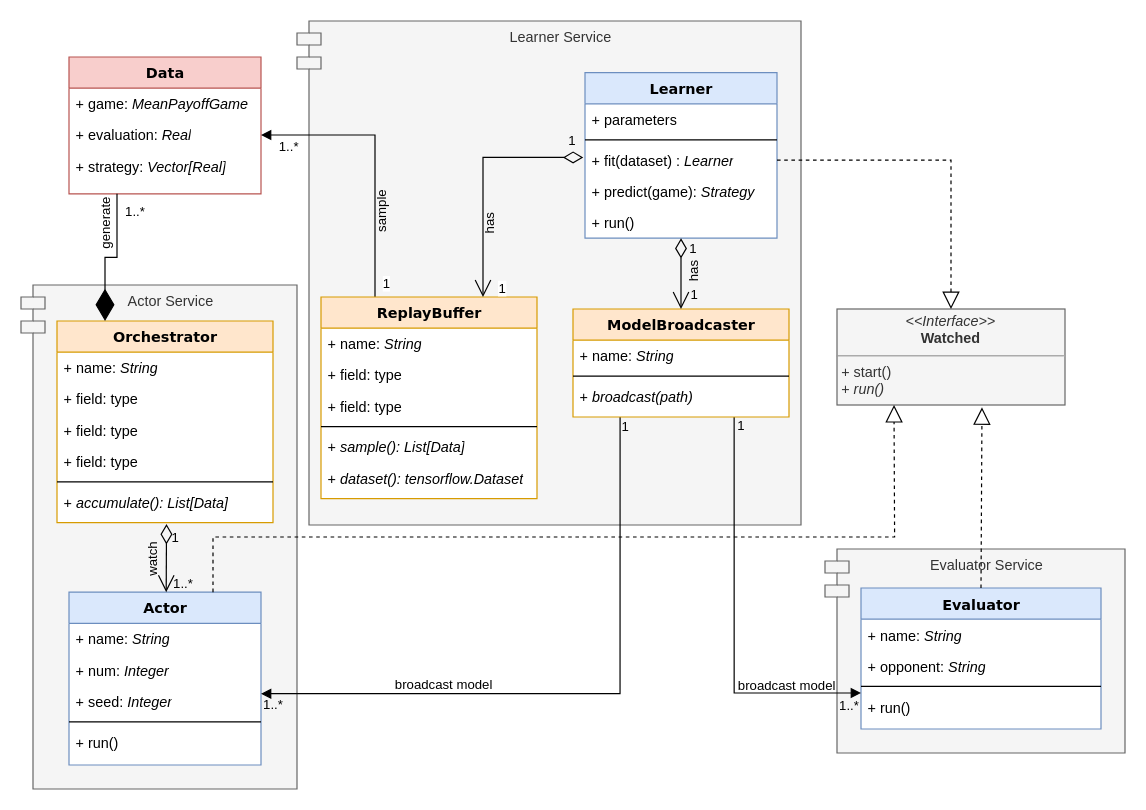
Earlier version of the draw.io diagram report/Figures/ServiceRelations.drawio (ramizouari/StochasticGames). Source tidied: cells renumbered, new cells numbered last; positions are measured from the earlier drawing's top-left corner, leaving out a move shared by most shapes. Both pictures are drawn from the tidied source at 120%, with x=0, y=0 at pixel (20, 20).
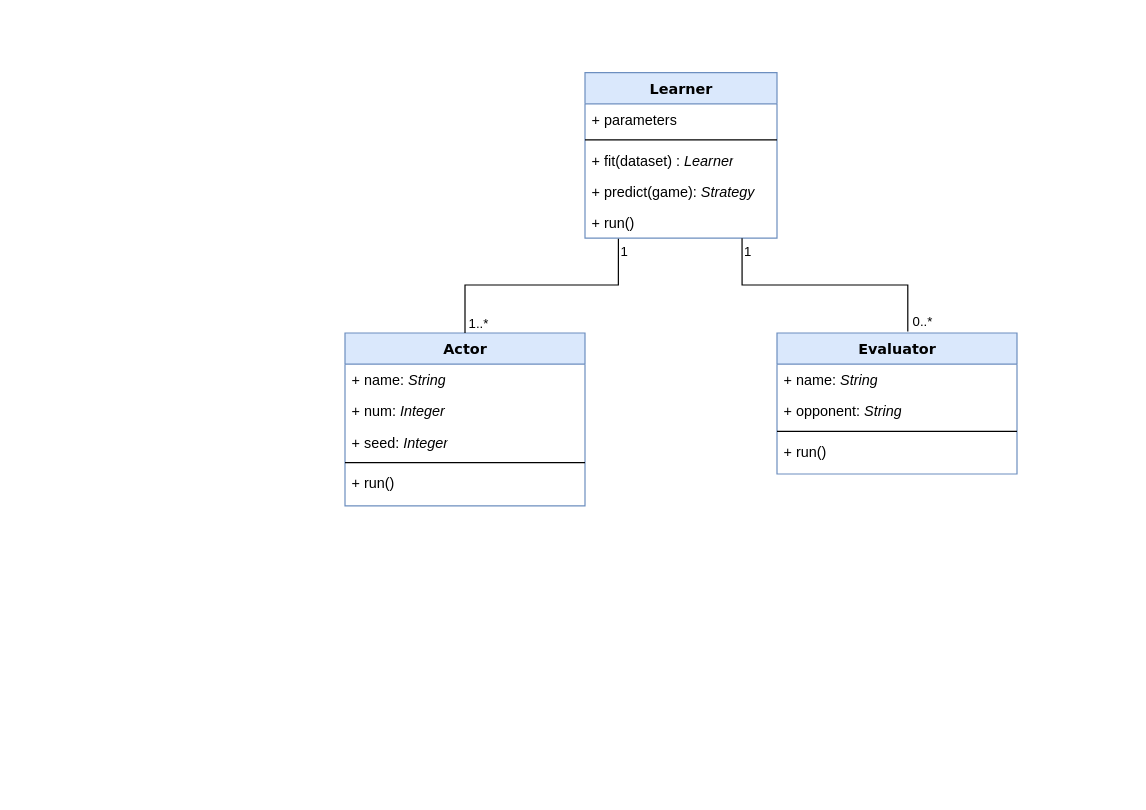
The same diagram, later.

The change refers to these unchanged cells:
```xml
<mxCell id="9" value="Learner" style="swimlane;html=1;fontStyle=1;align=center;verticalAlign=top;horizontal=1;startSize=26;swimlaneFillColor=#ffffff;rounded=0;shadow=0;comic=0;labelBackgroundColor=none;strokeWidth=1;fillColor=#dae8fc;fontFamily=Verdana;fontSize=12;strokeColor=#6c8ebf;" parent="1" vertex="1">
  <mxGeometry x="470" y="43" width="160" height="138" as="geometry" />
</mxCell>
<mxCell id="12" value="+ fit(dataset) : &lt;i&gt;Learner&lt;/i&gt;" style="text;html=1;strokeColor=none;fillColor=none;align=left;verticalAlign=top;spacingLeft=4;spacingRight=4;whiteSpace=wrap;overflow=hidden;points=[[0,0.5],[1,0.5]];portConstraint=eastwest;" parent="9" vertex="1">
  <mxGeometry y="60" width="160" height="26" as="geometry" />
</mxCell>
<mxCell id="14" value="+ run()" style="text;html=1;strokeColor=none;fillColor=none;align=left;verticalAlign=top;spacingLeft=4;spacingRight=4;whiteSpace=wrap;overflow=hidden;points=[[0,0.5],[1,0.5]];portConstraint=eastwest;" parent="9" vertex="1">
  <mxGeometry y="112" width="160" height="26" as="geometry" />
</mxCell>
```

What changed in the source:
```diff
@@
-    <mxCell id="2" value="Evaluator Service" style="shape=module;align=right;spacingLeft=20;align=center;verticalAlign=top;whiteSpace=wrap;html=1;fillColor=#f5f5f5;strokeColor=#666666;fontColor=#333333;" parent="1" vertex="1">
-      <mxGeometry x="670" y="440" width="250" height="170" as="geometry" />
-    </mxCell>
-    <mxCell id="3" value="Learner Service" style="shape=module;align=left;spacingLeft=20;align=center;verticalAlign=top;whiteSpace=wrap;html=1;fillColor=#f5f5f5;strokeColor=#666666;fontColor=#333333;" parent="1" vertex="1">
-      <mxGeometry x="230" width="420" height="420" as="geometry" />
-    </mxCell>
-    <mxCell id="4" value="Actor Service" style="shape=module;align=left;spacingLeft=20;align=center;verticalAlign=top;whiteSpace=wrap;html=1;fillColor=#f5f5f5;strokeColor=#666666;fontColor=#333333;" parent="1" vertex="1">
-      <mxGeometry y="220" width="230" height="420" as="geometry" />
-    </mxCell>
-    <mxCell id="5" value="Data" style="swimlane;html=1;fontStyle=1;align=center;verticalAlign=top;horizontal=1;startSize=26;swimlaneFillColor=#ffffff;rounded=0;shadow=0;comic=0;labelBackgroundColor=none;strokeWidth=1;fillColor=#f8cecc;fontFamily=Verdana;fontSize=12;strokeColor=#b85450;" parent="1" vertex="1">
-      <mxGeometry x="40" y="30" width="160" height="114" as="geometry" />
-    </mxCell>
-    <mxCell id="6" value="+ game: &lt;i&gt;MeanPayoffGame&lt;/i&gt;" style="text;html=1;strokeColor=none;fillColor=none;align=left;verticalAlign=top;spacingLeft=4;spacingRight=4;whiteSpace=wrap;overflow=hidden;" parent="5" vertex="1">
-      <mxGeometry y="26" width="160" height="26" as="geometry" />
-    </mxCell>
-    <mxCell id="7" value="+ evaluation: &lt;i&gt;Real&lt;/i&gt;" style="text;html=1;strokeColor=none;fillColor=none;align=left;verticalAlign=top;spacingLeft=4;spacingRight=4;whiteSpace=wrap;overflow=hidden;points=[[0,0.5],[1,0.5]];portConstraint=eastwest;" parent="5" vertex="1">
-      <mxGeometry y="52" width="160" height="26" as="geometry" />
-    </mxCell>
-    <mxCell id="8" value="+ strategy: &lt;i&gt;Vector[Real]&lt;/i&gt;" style="text;html=1;strokeColor=none;fillColor=none;align=left;verticalAlign=top;spacingLeft=4;spacingRight=4;whiteSpace=wrap;overflow=hidden;" parent="5" vertex="1">
-      <mxGeometry y="78" width="160" height="26" as="geometry" />
-    </mxCell>
@@
     <mxCell id="15" value="Actor" style="swimlane;html=1;fontStyle=1;align=center;verticalAlign=top;horizontal=1;startSize=26;swimlaneFillColor=#ffffff;rounded=0;shadow=0;comic=0;labelBackgroundColor=none;strokeWidth=1;fillColor=#dae8fc;fontFamily=Verdana;fontSize=12;strokeColor=#6c8ebf;" parent="1" vertex="1">
-      <mxGeometry x="40" y="476" width="160" height="144" as="geometry" />
+      <mxGeometry x="270" y="260" width="200" height="144" as="geometry" />
     </mxCell>
     <mxCell id="16" value="+ name: &lt;i&gt;String&lt;/i&gt;" style="text;html=1;strokeColor=none;fillColor=none;align=left;verticalAlign=top;spacingLeft=4;spacingRight=4;whiteSpace=wrap;overflow=hidden;" parent="15" vertex="1">
-      <mxGeometry y="26" width="160" height="26" as="geometry" />
+      <mxGeometry y="26" width="200" height="26" as="geometry" />
     </mxCell>
     <mxCell id="17" value="+ num: &lt;i&gt;Integer&lt;/i&gt;" style="text;html=1;strokeColor=none;fillColor=none;align=left;verticalAlign=top;spacingLeft=4;spacingRight=4;whiteSpace=wrap;overflow=hidden;" parent="15" vertex="1">
-      <mxGeometry y="52" width="160" height="26" as="geometry" />
+      <mxGeometry y="52" width="200" height="26" as="geometry" />
     </mxCell>
     <mxCell id="18" value="+ seed:&amp;nbsp;&lt;i style=&quot;border-color: var(--border-color);&quot;&gt;Integer&lt;/i&gt;" style="text;html=1;strokeColor=none;fillColor=none;align=left;verticalAlign=top;spacingLeft=4;spacingRight=4;whiteSpace=wrap;overflow=hidden;" parent="15" vertex="1">
-      <mxGeometry y="78" width="160" height="26" as="geometry" />
+      <mxGeometry y="78" width="200" height="26" as="geometry" />
     </mxCell>
     <mxCell id="19" style="line;html=1;strokeWidth=1;fillColor=none;align=left;verticalAlign=middle;spacingTop=-1;spacingLeft=3;spacingRight=3;labelPosition=right;" parent="15" vertex="1">
-      <mxGeometry y="104" width="160" height="8" as="geometry" />
+      <mxGeometry y="104" width="200" height="8" as="geometry" />
     </mxCell>
     <mxCell id="20" value="+ run()" style="text;html=1;strokeColor=none;fillColor=none;align=left;verticalAlign=top;spacingLeft=4;spacingRight=4;whiteSpace=wrap;overflow=hidden;" parent="15" vertex="1">
-      <mxGeometry y="112" width="160" height="26" as="geometry" />
+      <mxGeometry y="112" width="200" height="26" as="geometry" />
     </mxCell>
     <mxCell id="21" value="Evaluator" style="swimlane;html=1;fontStyle=1;align=center;verticalAlign=top;horizontal=1;startSize=26;swimlaneFillColor=#ffffff;rounded=0;shadow=0;comic=0;labelBackgroundColor=none;strokeWidth=1;fillColor=#dae8fc;fontFamily=Verdana;fontSize=12;strokeColor=#6c8ebf;" parent="1" vertex="1">
-      <mxGeometry x="700" y="472.5" width="200" height="117.5" as="geometry" />
+      <mxGeometry x="630" y="260" width="200" height="117.5" as="geometry" />
     </mxCell>
@@
-    <mxCell id="26" value="broadcast model" style="endArrow=block;endFill=1;html=1;edgeStyle=orthogonalEdgeStyle;align=left;verticalAlign=top;rounded=0;entryX=1.003;entryY=0.869;entryDx=0;entryDy=0;entryPerimeter=0;exitX=0.218;exitY=1.005;exitDx=0;exitDy=0;exitPerimeter=0;" parent="1" edge="1" source="52">
-      <mxGeometry x="0.59" y="-21" relative="1" as="geometry">
-        <mxPoint x="200" y="560.6" as="targetPoint" />
-        <Array as="points">
-          <mxPoint x="499" y="561" />
-        </Array>
-      </mxGeometry>
-    </mxCell>
+    <mxCell id="72" style="endArrow=none;html=1;edgeStyle=orthogonalEdgeStyle;rounded=0;entryX=0.5;entryY=0;entryDx=0;entryDy=0;exitX=0.174;exitY=1.02;exitDx=0;exitDy=0;exitPerimeter=0;" parent="1" edge="1" source="14" target="15">
+      <mxGeometry relative="1" as="geometry">
+        <Array as="points">
+          <mxPoint x="498" y="220" />
+          <mxPoint x="370" y="220" />
+        </Array>
+      </mxGeometry>
+    </mxCell>
-    <mxCell id="27" value="1" style="edgeLabel;html=1;align=left;verticalAlign=bottom;labelBackgroundColor=none;" parent="26" vertex="1">
+    <mxCell id="27" value="1" style="edgeLabel;html=1;align=left;verticalAlign=bottom;labelBackgroundColor=none;" parent="72" vertex="1">
       <mxGeometry x="-1" relative="1" as="geometry">
-        <mxPoint y="20" as="offset" />
+        <mxPoint y="18" as="offset" />
       </mxGeometry>
     </mxCell>
-    <mxCell id="28" value="1..*" style="edgeLabel;html=1;align=center;verticalAlign=middle;labelBackgroundColor=none;" parent="26" vertex="1">
-      <mxGeometry x="0.91" y="1" relative="1" as="geometry">
-        <mxPoint x="-14" y="8" as="offset" />
-      </mxGeometry>
-    </mxCell>
-    <mxCell id="29" value="1" style="endArrow=block;endFill=1;html=1;edgeStyle=orthogonalEdgeStyle;align=left;verticalAlign=top;rounded=0;exitX=0.25;exitY=0;exitDx=0;exitDy=0;entryX=1;entryY=0.5;entryDx=0;entryDy=0;" parent="1" edge="1" source="61" target="7">
-      <mxGeometry x="-0.79" y="-5" relative="1" as="geometry" />
-    </mxCell>
-    <mxCell id="30" value="sample" style="edgeLabel;html=1;align=center;verticalAlign=middle;rotation=-90;labelBackgroundColor=none;" parent="29" vertex="1">
-      <mxGeometry x="-0.23" y="1" relative="1" as="geometry">
-        <mxPoint x="6" y="19" as="offset" />
-      </mxGeometry>
-    </mxCell>
-    <mxCell id="31" value="1..*" style="edgeLabel;html=1;align=center;verticalAlign=middle;labelBackgroundColor=none;" parent="29" vertex="1">
-      <mxGeometry x="0.81" y="1" relative="1" as="geometry">
-        <mxPoint y="8" as="offset" />
-      </mxGeometry>
-    </mxCell>
-    <mxCell id="32" style="endArrow=block;endFill=1;html=1;edgeStyle=orthogonalEdgeStyle;align=left;verticalAlign=top;rounded=0;exitX=0.746;exitY=0.989;exitDx=0;exitDy=0;exitPerimeter=0;" parent="1" edge="1" source="52">
-      <mxGeometry relative="1" as="geometry">
-        <mxPoint x="700" y="560" as="targetPoint" />
-        <Array as="points">
-          <mxPoint x="594" y="560" />
-          <mxPoint x="700" y="560" />
-        </Array>
-      </mxGeometry>
-    </mxCell>
-    <mxCell id="33" value="broadcast model" style="edgeLabel;html=1;align=center;verticalAlign=middle;labelBackgroundColor=none;" parent="32" vertex="1">
-      <mxGeometry x="0.47" y="3" relative="1" as="geometry">
-        <mxPoint x="27" y="-4" as="offset" />
-      </mxGeometry>
-    </mxCell>
-    <mxCell id="34" value="1..*" style="edgeLabel;html=1;align=center;verticalAlign=middle;labelBackgroundColor=none;" parent="32" vertex="1">
-      <mxGeometry x="0.87" y="-1" relative="1" as="geometry">
-        <mxPoint x="11" y="9" as="offset" />
-      </mxGeometry>
-    </mxCell>
-    <mxCell id="35" value="1" style="edgeLabel;html=1;align=center;verticalAlign=middle;labelBackgroundColor=none;" parent="32" vertex="1">
-      <mxGeometry x="-0.81" y="1" relative="1" as="geometry">
-        <mxPoint x="4" y="-21" as="offset" />
-      </mxGeometry>
-    </mxCell>
-    <mxCell id="36" value="Orchestrator" style="swimlane;html=1;fontStyle=1;align=center;verticalAlign=top;horizontal=1;startSize=26;swimlaneFillColor=#ffffff;rounded=0;shadow=0;comic=0;labelBackgroundColor=none;strokeWidth=1;fillColor=#ffe6cc;fontFamily=Verdana;fontSize=12;strokeColor=#d79b00;" parent="1" vertex="1">
-      <mxGeometry x="30" y="250" width="180" height="168" as="geometry" />
-    </mxCell>
-    <mxCell id="37" value="+ name: &lt;i&gt;String&lt;/i&gt;" style="text;html=1;strokeColor=none;fillColor=none;align=left;verticalAlign=top;spacingLeft=4;spacingRight=4;whiteSpace=wrap;overflow=hidden;" parent="36" vertex="1">
-      <mxGeometry y="26" width="180" height="26" as="geometry" />
-    </mxCell>
-    <mxCell id="38" value="+ field: type" style="text;html=1;strokeColor=none;fillColor=none;align=left;verticalAlign=top;spacingLeft=4;spacingRight=4;whiteSpace=wrap;overflow=hidden;" parent="36" vertex="1">
-      <mxGeometry y="52" width="180" height="26" as="geometry" />
-    </mxCell>
-    <mxCell id="39" value="+ field: type" style="text;html=1;strokeColor=none;fillColor=none;align=left;verticalAlign=top;spacingLeft=4;spacingRight=4;whiteSpace=wrap;overflow=hidden;" parent="36" vertex="1">
-      <mxGeometry y="78" width="180" height="26" as="geometry" />
-    </mxCell>
-    <mxCell id="40" value="+ field: type" style="text;html=1;strokeColor=none;fillColor=none;align=left;verticalAlign=top;spacingLeft=4;spacingRight=4;whiteSpace=wrap;overflow=hidden;" parent="36" vertex="1">
-      <mxGeometry y="104" width="180" height="26" as="geometry" />
-    </mxCell>
-    <mxCell id="41" style="line;html=1;strokeWidth=1;fillColor=none;align=left;verticalAlign=middle;spacingTop=-1;spacingLeft=3;spacingRight=3;labelPosition=right;" parent="36" vertex="1">
-      <mxGeometry y="130" width="180" height="8" as="geometry" />
-    </mxCell>
-    <mxCell id="42" value="+ &lt;i&gt;accumulate(): List[Data]&lt;/i&gt;" style="text;html=1;strokeColor=none;fillColor=none;align=left;verticalAlign=top;spacingLeft=4;spacingRight=4;whiteSpace=wrap;overflow=hidden;points=[[0,0.5],[1,0.5]];portConstraint=eastwest;" parent="36" vertex="1">
-      <mxGeometry y="138" width="180" height="26" as="geometry" />
-    </mxCell>
-    <mxCell id="43" value="1" style="endArrow=open;html=1;endSize=12;startArrow=diamondThin;startSize=14;startFill=0;edgeStyle=elbowEdgeStyle;align=left;verticalAlign=bottom;rounded=0;exitX=0.507;exitY=1.202;exitDx=0;exitDy=0;exitPerimeter=0;entryX=0.5;entryY=0;entryDx=0;entryDy=0;labelBackgroundColor=none;" parent="1" edge="1" source="42" target="15">
-      <mxGeometry x="-0.26" y="3" relative="1" as="geometry" />
-    </mxCell>
-    <mxCell id="44" value="watch" style="edgeLabel;html=1;align=center;verticalAlign=middle;rotation=-90;labelBackgroundColor=none;" parent="43" vertex="1">
-      <mxGeometry x="-0.07" relative="1" as="geometry">
-        <mxPoint x="-11" y="4" as="offset" />
-      </mxGeometry>
-    </mxCell>
-    <mxCell id="45" value="1..*" style="edgeLabel;html=1;align=center;verticalAlign=middle;labelBackgroundColor=none;" parent="43" vertex="1">
-      <mxGeometry x="0.64" relative="1" as="geometry">
-        <mxPoint x="13" y="2" as="offset" />
-      </mxGeometry>
-    </mxCell>
-    <mxCell id="46" style="endArrow=diamondThin;endFill=1;endSize=24;html=1;rounded=0;entryX=0.5;entryY=0;entryDx=0;entryDy=0;exitX=0.25;exitY=1;exitDx=0;exitDy=0;edgeStyle=elbowEdgeStyle;elbow=vertical;" parent="1" edge="1" source="5">
-      <mxGeometry relative="1" as="geometry">
-        <mxPoint x="70" y="250" as="targetPoint" />
-      </mxGeometry>
-    </mxCell>
-    <mxCell id="47" value="1..*" style="edgeLabel;html=1;align=center;verticalAlign=middle;labelBackgroundColor=none;" parent="46" vertex="1">
-      <mxGeometry x="-0.76" y="-1" relative="1" as="geometry">
-        <mxPoint x="15" as="offset" />
-      </mxGeometry>
-    </mxCell>
-    <mxCell id="48" value="generate" style="edgeLabel;align=center;verticalAlign=middle;html=1;rotation=-90;labelBackgroundColor=none;" parent="46" vertex="1">
-      <mxGeometry x="-0.29" y="1" relative="1" as="geometry">
-        <mxPoint x="-11" y="-15" as="offset" />
-      </mxGeometry>
-    </mxCell>
-    <mxCell id="49" value="ModelBroadcaster" style="swimlane;html=1;fontStyle=1;align=center;verticalAlign=top;horizontal=1;startSize=26;swimlaneFillColor=#ffffff;rounded=0;shadow=0;comic=0;labelBackgroundColor=none;strokeWidth=1;fillColor=#ffe6cc;fontFamily=Verdana;fontSize=12;strokeColor=#d79b00;" parent="1" vertex="1">
-      <mxGeometry x="460" y="240" width="180" height="90" as="geometry" />
-    </mxCell>
-    <mxCell id="50" value="+ name: &lt;i&gt;String&lt;/i&gt;" style="text;html=1;strokeColor=none;fillColor=none;align=left;verticalAlign=top;spacingLeft=4;spacingRight=4;whiteSpace=wrap;overflow=hidden;" parent="49" vertex="1">
-      <mxGeometry y="26" width="180" height="26" as="geometry" />
-    </mxCell>
-    <mxCell id="51" style="line;html=1;strokeWidth=1;fillColor=none;align=left;verticalAlign=middle;spacingTop=-1;spacingLeft=3;spacingRight=3;labelPosition=right;" parent="49" vertex="1">
-      <mxGeometry y="52" width="180" height="8" as="geometry" />
-    </mxCell>
-    <mxCell id="52" value="+ &lt;i&gt;broadcast(path)&lt;/i&gt;" style="text;html=1;strokeColor=none;fillColor=none;align=left;verticalAlign=top;spacingLeft=4;spacingRight=4;whiteSpace=wrap;overflow=hidden;points=[[0,0.5],[1,0.5]];portConstraint=eastwest;" parent="49" vertex="1">
-      <mxGeometry y="60" width="180" height="26" as="geometry" />
-    </mxCell>
-    <mxCell id="53" value="&lt;br&gt;" style="endArrow=open;html=1;endSize=12;startArrow=diamondThin;startSize=14;startFill=0;edgeStyle=orthogonalEdgeStyle;align=left;verticalAlign=bottom;rounded=0;exitX=0.5;exitY=1;exitDx=0;exitDy=0;entryX=0.5;entryY=0;entryDx=0;entryDy=0;" parent="1" edge="1" source="9" target="49">
-      <mxGeometry x="-0.36" y="10" relative="1" as="geometry" />
-    </mxCell>
-    <mxCell id="54" value="has" style="edgeLabel;html=1;align=center;verticalAlign=middle;labelBackgroundColor=none;rotation=-90;" parent="53" vertex="1">
-      <mxGeometry x="-0.02" y="-2" relative="1" as="geometry">
-        <mxPoint x="12" as="offset" />
-      </mxGeometry>
-    </mxCell>
-    <mxCell id="55" value="1" style="edgeLabel;html=1;align=center;verticalAlign=middle;labelBackgroundColor=none;" parent="53" vertex="1">
-      <mxGeometry x="-0.6" y="2" relative="1" as="geometry">
-        <mxPoint x="7" y="-4" as="offset" />
-      </mxGeometry>
-    </mxCell>
-    <mxCell id="56" value="1" style="edgeLabel;html=1;align=center;verticalAlign=middle;labelBackgroundColor=none;" parent="53" vertex="1">
-      <mxGeometry x="0.57" y="4" relative="1" as="geometry">
-        <mxPoint x="6" as="offset" />
-      </mxGeometry>
-    </mxCell>
-    <mxCell id="57" value="&lt;p style=&quot;margin:0px;margin-top:4px;text-align:center;&quot;&gt;&lt;i&gt;&amp;lt;&amp;lt;Interface&amp;gt;&amp;gt;&lt;/i&gt;&lt;br&gt;&lt;b&gt;Watched&lt;/b&gt;&lt;/p&gt;&lt;hr size=&quot;1&quot;&gt;&lt;p style=&quot;margin:0px;margin-left:4px;&quot;&gt;&lt;span style=&quot;background-color: initial;&quot;&gt;+ start()&lt;/span&gt;&lt;br&gt;&lt;/p&gt;&lt;p style=&quot;margin:0px;margin-left:4px;&quot;&gt;+ &lt;i&gt;run()&lt;/i&gt;&lt;/p&gt;" style="verticalAlign=top;align=left;overflow=fill;fontSize=12;fontFamily=Helvetica;html=1;whiteSpace=wrap;fillColor=#f5f5f5;strokeColor=#666666;fontColor=#333333;" parent="1" vertex="1">
-      <mxGeometry x="680" y="240" width="190" height="80" as="geometry" />
-    </mxCell>
-    <mxCell id="58" style="endArrow=block;dashed=1;endFill=0;endSize=12;html=1;rounded=0;exitX=0.75;exitY=0;exitDx=0;exitDy=0;entryX=0.25;entryY=1;entryDx=0;entryDy=0;" parent="1" edge="1" source="15" target="57">
-      <mxGeometry relative="1" as="geometry">
-        <Array as="points">
-          <mxPoint x="160" y="430" />
-          <mxPoint x="728" y="430" />
-        </Array>
-      </mxGeometry>
-    </mxCell>
-    <mxCell id="59" style="endArrow=block;dashed=1;endFill=0;endSize=12;html=1;rounded=0;exitX=0.5;exitY=0;exitDx=0;exitDy=0;entryX=0.636;entryY=1.024;entryDx=0;entryDy=0;entryPerimeter=0;" parent="1" edge="1" source="21" target="57">
-      <mxGeometry relative="1" as="geometry" />
-    </mxCell>
-    <mxCell id="60" style="endArrow=block;dashed=1;endFill=0;endSize=12;html=1;rounded=0;exitX=1;exitY=0.5;exitDx=0;exitDy=0;entryX=0.5;entryY=0;entryDx=0;entryDy=0;" parent="1" edge="1" source="12" target="57">
-      <mxGeometry relative="1" as="geometry">
-        <Array as="points">
-          <mxPoint x="775" y="116" />
-        </Array>
-      </mxGeometry>
-    </mxCell>
-    <mxCell id="61" value="ReplayBuffer" style="swimlane;html=1;fontStyle=1;align=center;verticalAlign=top;horizontal=1;startSize=26;swimlaneFillColor=#ffffff;rounded=0;shadow=0;comic=0;labelBackgroundColor=none;strokeWidth=1;fillColor=#ffe6cc;fontFamily=Verdana;fontSize=12;strokeColor=#d79b00;" parent="1" vertex="1">
-      <mxGeometry x="250" y="230" width="180" height="168" as="geometry" />
-    </mxCell>
-    <mxCell id="62" value="+ name: &lt;i&gt;String&lt;/i&gt;" style="text;html=1;strokeColor=none;fillColor=none;align=left;verticalAlign=top;spacingLeft=4;spacingRight=4;whiteSpace=wrap;overflow=hidden;" parent="61" vertex="1">
-      <mxGeometry y="26" width="180" height="26" as="geometry" />
-    </mxCell>
-    <mxCell id="63" value="+ field: type" style="text;html=1;strokeColor=none;fillColor=none;align=left;verticalAlign=top;spacingLeft=4;spacingRight=4;whiteSpace=wrap;overflow=hidden;" parent="61" vertex="1">
-      <mxGeometry y="52" width="180" height="26" as="geometry" />
-    </mxCell>
-    <mxCell id="64" value="+ field: type" style="text;html=1;strokeColor=none;fillColor=none;align=left;verticalAlign=top;spacingLeft=4;spacingRight=4;whiteSpace=wrap;overflow=hidden;" parent="61" vertex="1">
-      <mxGeometry y="78" width="180" height="26" as="geometry" />
-    </mxCell>
-    <mxCell id="65" style="line;html=1;strokeWidth=1;fillColor=none;align=left;verticalAlign=middle;spacingTop=-1;spacingLeft=3;spacingRight=3;labelPosition=right;" parent="61" vertex="1">
-      <mxGeometry y="104" width="180" height="8" as="geometry" />
-    </mxCell>
-    <mxCell id="66" value="+ &lt;i&gt;sample(): List[Data]&lt;/i&gt;" style="text;html=1;strokeColor=none;fillColor=none;align=left;verticalAlign=top;spacingLeft=4;spacingRight=4;whiteSpace=wrap;overflow=hidden;" parent="61" vertex="1">
-      <mxGeometry y="112" width="180" height="26" as="geometry" />
-    </mxCell>
-    <mxCell id="67" value="+ &lt;i&gt;dataset(): tensorflow.Dataset&lt;/i&gt;" style="text;html=1;strokeColor=none;fillColor=none;align=left;verticalAlign=top;spacingLeft=4;spacingRight=4;whiteSpace=wrap;overflow=hidden;" parent="61" vertex="1">
-      <mxGeometry y="138" width="180" height="26" as="geometry" />
-    </mxCell>
-    <mxCell id="68" style="endArrow=open;html=1;endSize=12;startArrow=diamondThin;startSize=14;startFill=0;edgeStyle=orthogonalEdgeStyle;align=left;verticalAlign=bottom;rounded=0;entryX=0.75;entryY=0;entryDx=0;entryDy=0;exitX=-0.009;exitY=0.41;exitDx=0;exitDy=0;exitPerimeter=0;" parent="1" edge="1" source="12" target="61">
-      <mxGeometry x="-0.93" y="-3" relative="1" as="geometry" />
-    </mxCell>
-    <mxCell id="69" value="has" style="edgeLabel;html=1;align=center;verticalAlign=middle;labelBackgroundColor=none;rotation=-90;" parent="68" vertex="1">
-      <mxGeometry x="0.1" y="1" relative="1" as="geometry">
-        <mxPoint x="4" y="30" as="offset" />
-      </mxGeometry>
-    </mxCell>
-    <mxCell id="70" value="1" style="edgeLabel;html=1;align=center;verticalAlign=middle;" parent="68" vertex="1">
-      <mxGeometry x="0.83" y="-2" relative="1" as="geometry">
-        <mxPoint x="17" y="9" as="offset" />
-      </mxGeometry>
-    </mxCell>
-    <mxCell id="71" value="1" style="edgeLabel;html=1;align=center;verticalAlign=middle;labelBackgroundColor=none;" parent="68" vertex="1">
-      <mxGeometry x="-0.9" y="3" relative="1" as="geometry">
-        <mxPoint y="-17" as="offset" />
-      </mxGeometry>
-    </mxCell>
+    <mxCell id="73" value="1..*" style="edgeLabel;html=1;align=right;verticalAlign=bottom;labelBackgroundColor=none;" parent="72" vertex="1">
+      <mxGeometry x="1" relative="1" as="geometry">
+        <mxPoint x="20" as="offset" />
+      </mxGeometry>
+    </mxCell>
+    <mxCell id="74" style="endArrow=none;html=1;edgeStyle=orthogonalEdgeStyle;rounded=0;exitX=0.818;exitY=1;exitDx=0;exitDy=0;exitPerimeter=0;entryX=0.545;entryY=-0.011;entryDx=0;entryDy=0;entryPerimeter=0;" parent="1" edge="1" source="14" target="21">
+      <mxGeometry relative="1" as="geometry">
+        <Array as="points">
+          <mxPoint x="601" y="220" />
+          <mxPoint x="739" y="220" />
+        </Array>
+      </mxGeometry>
+    </mxCell>
+    <mxCell id="75" value="1" style="edgeLabel;html=1;align=left;verticalAlign=bottom;" parent="74" vertex="1">
+      <mxGeometry x="-1" relative="1" as="geometry">
+        <mxPoint y="19" as="offset" />
+      </mxGeometry>
+    </mxCell>
+    <mxCell id="76" value="0..*" style="edgeLabel;html=1;align=right;verticalAlign=bottom;labelBackgroundColor=none;" parent="74" vertex="1">
+      <mxGeometry x="1" relative="1" as="geometry">
+        <mxPoint x="21" as="offset" />
+      </mxGeometry>
+    </mxCell>
```
